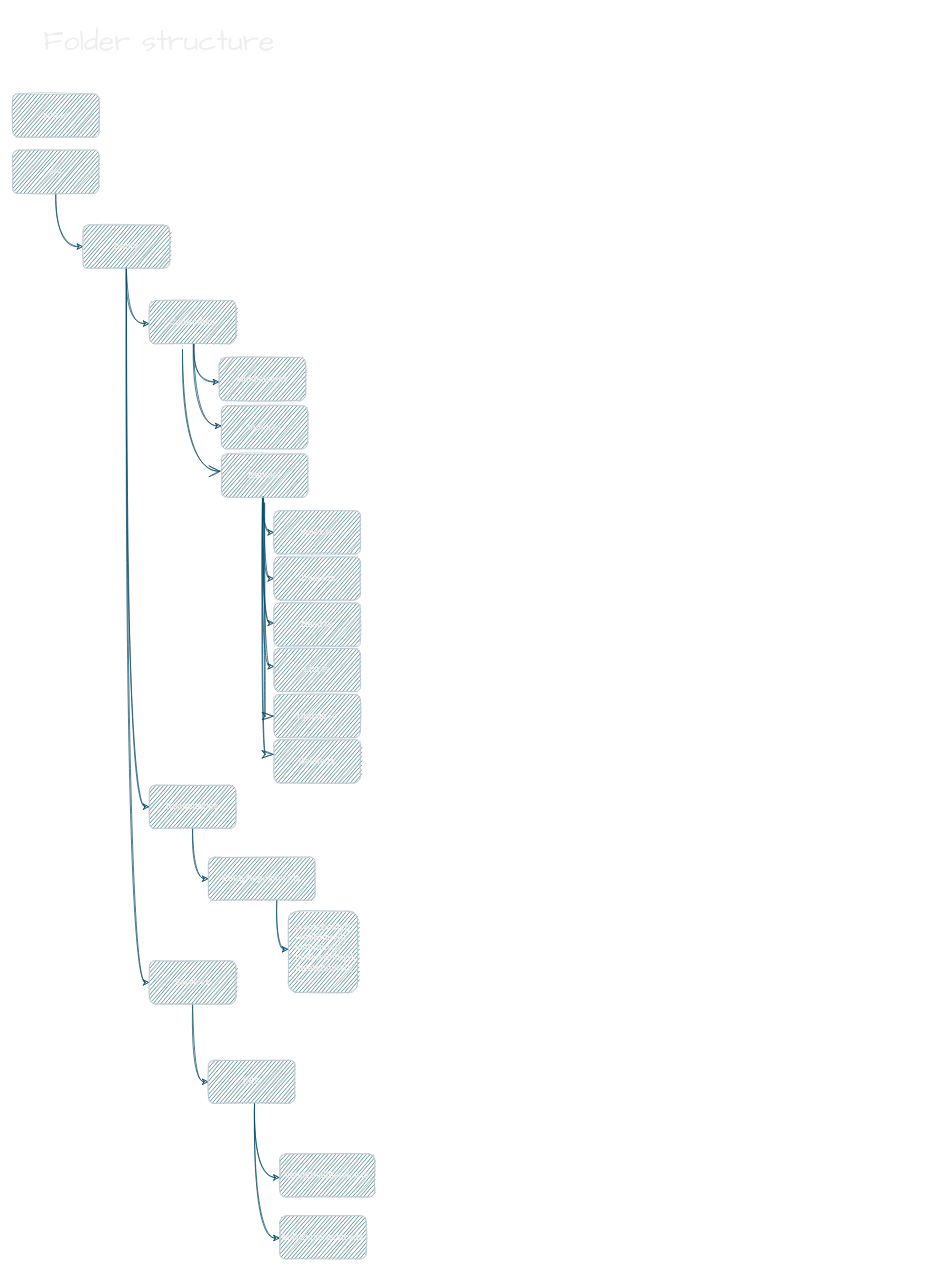
Above: page "folder structure" (1 of 2) of myfbe folder structure.drawio in lowlife-technology/myf-be-old (draw.io), before the change. Source tidied: cells renumbered, new cells numbered last; positions are measured from the earlier drawing's top-left corner, leaving out a move shared by most shapes. Both pictures are drawn from the tidied source at 72%, with x=0, y=0 at pixel (12, 12).
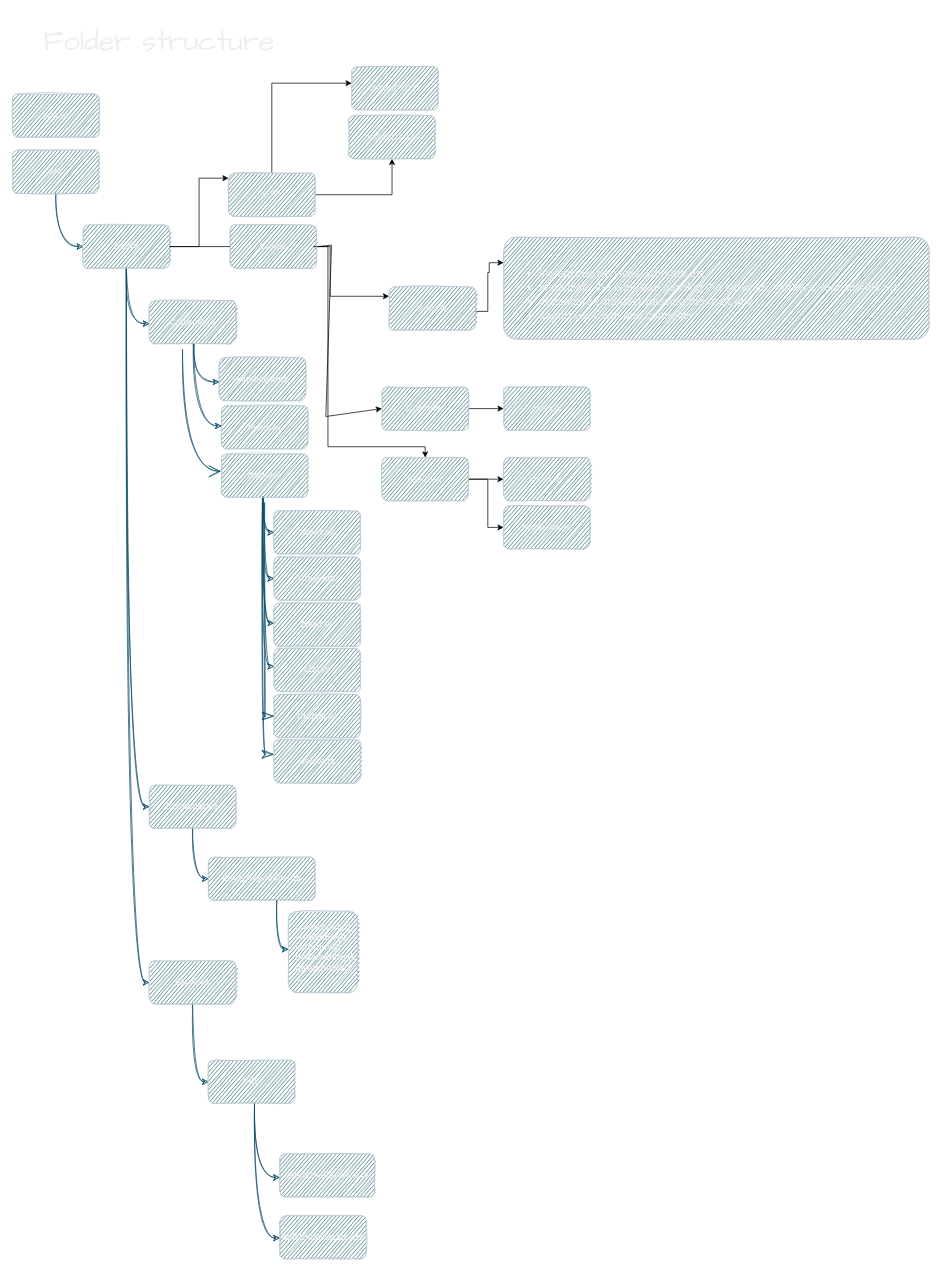
The same diagram, later.

The change refers to these unchanged cells:
```xml
<mxCell id="9" value="&lt;b&gt;Entity&lt;/b&gt;" style="rounded=1;whiteSpace=wrap;html=1;fillColor=#09555B;strokeColor=#BAC8D3;fontColor=#EEEEEE;sketch=1;" parent="1" vertex="1">
  <mxGeometry x="98" y="295" width="120" height="60" as="geometry" />
</mxCell>
```

Change to the diagram source:
```diff
@@
+    <mxCell id="41" style="edgeStyle=orthogonalEdgeStyle;rounded=0;jettySize=auto;html=1;" parent="1" edge="1" source="9" target="48">
+      <mxGeometry relative="1" as="geometry">
+        <Array as="points">
+          <mxPoint x="259" y="325" />
+          <mxPoint x="259" y="230" />
+          <mxPoint x="334" y="230" />
+        </Array>
+      </mxGeometry>
+    </mxCell>
+    <mxCell id="42" style="edgeStyle=orthogonalEdgeStyle;rounded=0;jettySize=auto;html=1;" parent="1" edge="1" target="50">
+      <mxGeometry relative="1" as="geometry">
+        <mxPoint x="418" y="325" as="sourcePoint" />
+        <Array as="points">
+          <mxPoint x="441" y="325" />
+          <mxPoint x="441" y="394" />
+        </Array>
+      </mxGeometry>
+    </mxCell>
+    <mxCell id="43" style="edgeStyle=orthogonalEdgeStyle;rounded=0;jettySize=auto;html=1;fontSize=12;" parent="1" edge="1" target="54">
+      <mxGeometry relative="1" as="geometry">
+        <mxPoint x="418" y="325" as="sourcePoint" />
+        <Array as="points">
+          <mxPoint x="438" y="325" />
+          <mxPoint x="438" y="603" />
+          <mxPoint x="573" y="603" />
+        </Array>
+      </mxGeometry>
+    </mxCell>
+    <mxCell id="44" style="edgeStyle=orthogonalEdgeStyle;rounded=0;jettySize=auto;html=1;fontSize=16;" parent="1" edge="1" source="45" target="55">
+      <mxGeometry relative="1" as="geometry" />
+    </mxCell>
+    <mxCell id="45" value="Controller" style="whiteSpace=wrap;html=1;fillColor=#09555B;strokeColor=#BAC8D3;fontColor=#EEEEEE;rounded=1;sketch=1;" parent="1" vertex="1">
+      <mxGeometry x="513" y="520" width="120" height="60" as="geometry" />
+    </mxCell>
+    <mxCell id="46" style="edgeStyle=orthogonalEdgeStyle;rounded=0;jettySize=auto;html=1;fontSize=16;" parent="1" edge="1" source="48" target="61">
+      <mxGeometry relative="1" as="geometry">
+        <Array as="points">
+          <mxPoint x="360" y="98" />
+        </Array>
+      </mxGeometry>
+    </mxCell>
+    <mxCell id="47" style="edgeStyle=orthogonalEdgeStyle;rounded=0;jettySize=auto;html=1;fontSize=16;" parent="1" edge="1" source="48" target="62">
+      <mxGeometry relative="1" as="geometry" />
+    </mxCell>
+    <mxCell id="48" value="DTO" style="whiteSpace=wrap;html=1;fillColor=#09555B;strokeColor=#BAC8D3;fontColor=#EEEEEE;rounded=1;sketch=1;" parent="1" vertex="1">
+      <mxGeometry x="300" y="223" width="120" height="60" as="geometry" />
+    </mxCell>
+    <mxCell id="49" style="edgeStyle=orthogonalEdgeStyle;rounded=0;jettySize=auto;html=1;entryX=0;entryY=0.25;entryDx=0;entryDy=0;" parent="1" edge="1" source="50" target="51">
+      <mxGeometry relative="1" as="geometry">
+        <Array as="points">
+          <mxPoint x="660" y="415" />
+          <mxPoint x="660" y="361" />
+          <mxPoint x="662" y="361" />
+          <mxPoint x="662" y="347" />
+        </Array>
+      </mxGeometry>
+    </mxCell>
+    <mxCell id="50" value="index.ts" style="whiteSpace=wrap;html=1;fillColor=#09555B;strokeColor=#BAC8D3;fontColor=#EEEEEE;rounded=1;sketch=1;" parent="1" vertex="1">
+      <mxGeometry x="523" y="381" width="120" height="60" as="geometry" />
+    </mxCell>
+    <mxCell id="51" value="&lt;ul style=&quot;font-size: 16px;&quot;&gt;&lt;li&gt;instanciate services, workers etc&lt;/li&gt;&lt;li&gt;instantiate the useCase passing the services, workers, repositories etc&lt;/li&gt;&lt;li&gt;instantiate controller passing the useCase&lt;/li&gt;&lt;li&gt;export useCase and controller&lt;/li&gt;&lt;/ul&gt;" style="whiteSpace=wrap;html=1;fillColor=#09555B;strokeColor=#BAC8D3;fontColor=#EEEEEE;rounded=1;sketch=1;align=left;glass=0;shadow=0;spacingTop=10;spacing=10;verticalAlign=top;" parent="1" vertex="1">
+      <mxGeometry x="682" y="312" width="591" height="141.5" as="geometry" />
+    </mxCell>
+    <mxCell id="52" style="edgeStyle=orthogonalEdgeStyle;rounded=0;jettySize=auto;html=1;fontSize=16;" parent="1" edge="1" source="54" target="59">
+      <mxGeometry relative="1" as="geometry" />
+    </mxCell>
+    <mxCell id="53" style="edgeStyle=orthogonalEdgeStyle;rounded=0;jettySize=auto;html=1;fontSize=16;" parent="1" edge="1" source="54" target="60">
+      <mxGeometry relative="1" as="geometry">
+        <Array as="points">
+          <mxPoint x="660" y="648" />
+          <mxPoint x="660" y="715" />
+        </Array>
+      </mxGeometry>
+    </mxCell>
+    <mxCell id="54" value="useCase" style="whiteSpace=wrap;html=1;fillColor=#09555B;strokeColor=#BAC8D3;fontColor=#EEEEEE;rounded=1;sketch=1;" parent="1" vertex="1">
+      <mxGeometry x="513" y="618" width="120" height="60" as="geometry" />
+    </mxCell>
+    <mxCell id="55" value="index.ts" style="whiteSpace=wrap;html=1;fillColor=#09555B;strokeColor=#BAC8D3;fontColor=#EEEEEE;rounded=1;sketch=1;" parent="1" vertex="1">
+      <mxGeometry x="682" y="520" width="120" height="60" as="geometry" />
+    </mxCell>
+    <mxCell id="56" style="endArrow=classic;html=1;rounded=0;fontSize=16;entryX=0;entryY=0.5;entryDx=0;entryDy=0;" parent="1" edge="1" target="45">
+      <mxGeometry relative="1" as="geometry">
+        <mxPoint x="423" y="325" as="sourcePoint" />
+        <Array as="points">
+          <mxPoint x="443" y="323" />
+          <mxPoint x="435" y="561" />
+        </Array>
+      </mxGeometry>
+    </mxCell>
+    <mxCell id="57" value="&lt;b&gt;Create&lt;/b&gt;" style="rounded=1;whiteSpace=wrap;html=1;fillColor=#09555B;strokeColor=#BAC8D3;fontColor=#EEEEEE;sketch=1;" parent="1" vertex="1">
+      <mxGeometry x="302" y="295" width="120" height="60" as="geometry" />
+    </mxCell>
+    <mxCell id="58" style="edgeStyle=orthogonalEdgeStyle;rounded=0;jettySize=auto;html=1;fontSize=16;endArrow=none;" parent="1" edge="1" source="9" target="57">
+      <mxGeometry relative="1" as="geometry" />
+    </mxCell>
+    <mxCell id="59" value="index.ts" style="whiteSpace=wrap;html=1;fillColor=#09555B;strokeColor=#BAC8D3;fontColor=#EEEEEE;rounded=1;sketch=1;" parent="1" vertex="1">
+      <mxGeometry x="682" y="618" width="120" height="60" as="geometry" />
+    </mxCell>
+    <mxCell id="60" value="middlewares" style="whiteSpace=wrap;html=1;fillColor=#09555B;strokeColor=#BAC8D3;fontColor=#EEEEEE;rounded=1;sketch=1;" parent="1" vertex="1">
+      <mxGeometry x="682" y="685" width="120" height="60" as="geometry" />
+    </mxCell>
+    <mxCell id="61" value="createDTO.ts" style="whiteSpace=wrap;html=1;fillColor=#09555B;strokeColor=#BAC8D3;fontColor=#EEEEEE;rounded=1;sketch=1;" parent="1" vertex="1">
+      <mxGeometry x="471" y="75" width="120" height="60" as="geometry" />
+    </mxCell>
+    <mxCell id="62" value="updateDTO.ts" style="whiteSpace=wrap;html=1;fillColor=#09555B;strokeColor=#BAC8D3;fontColor=#EEEEEE;rounded=1;sketch=1;" parent="1" vertex="1">
+      <mxGeometry x="467" y="143" width="120" height="60" as="geometry" />
+    </mxCell>
```
